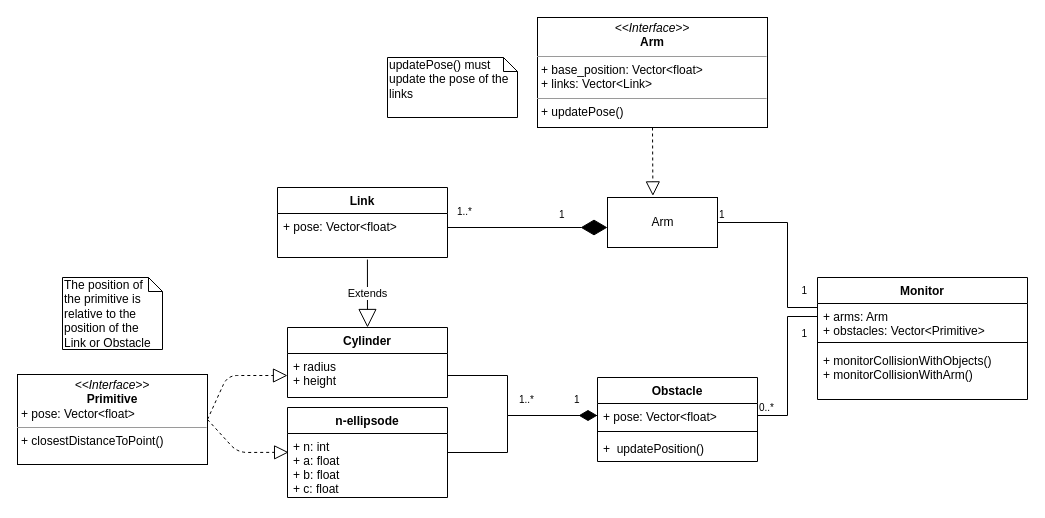
HBRS-SDP/sdp_ss20_collision_monitoring_for_robotic_manipulators keeps this draw.io diagram as docs/UML_diagram_SDP.drawio. Above is the earlier version. Source tidied: cells renumbered, new cells numbered last; positions are measured from the earlier drawing's top-left corner, leaving out a move shared by most shapes. Both pictures are drawn from the tidied source at 100%, with x=0, y=0 at pixel (17, 17).
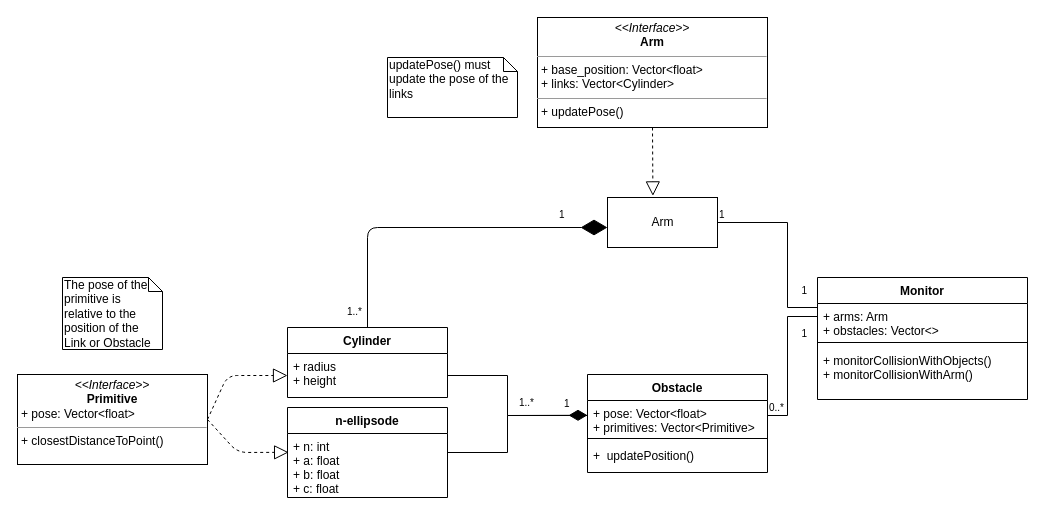
The same diagram, later.

Commit message (it also covers changes not shown here):
removed Link class from UML

Unchanged cells that the change refers to:
```xml
<mxCell id="4" style="endArrow=none;html=1;edgeStyle=orthogonalEdgeStyle;exitX=1;exitY=0.5;exitDx=0;exitDy=0;entryX=0;entryY=0.5;entryDx=0;entryDy=0;rounded=0;" parent="1" edge="1" source="17" target="23">
  <mxGeometry relative="1" as="geometry">
    <Array as="points">
      <mxPoint x="770" y="398" />
      <mxPoint x="770" y="299" />
    </Array>
  </mxGeometry>
</mxCell>
<mxCell id="20" value="Cylinder" style="swimlane;fontStyle=1;align=center;verticalAlign=top;horizontal=1;startSize=26;" parent="1" vertex="1">
  <mxGeometry x="270" y="310" width="160" height="70" as="geometry" />
</mxCell>
<mxCell id="21" value="+ radius&#10;+ height" style="text;strokeColor=none;fillColor=none;align=left;verticalAlign=top;spacingLeft=4;spacingRight=4;overflow=hidden;points=[[0,0.5],[1,0.5]];portConstraint=eastwest;" parent="20" vertex="1">
  <mxGeometry y="26" width="160" height="44" as="geometry" />
</mxCell>
<mxCell id="22" value="Monitor" style="swimlane;fontStyle=1;align=center;verticalAlign=top;horizontal=1;startSize=26;" parent="1" vertex="1">
  <mxGeometry x="800" y="260" width="210" height="122" as="geometry" />
</mxCell>
```

Change to the diagram source:
```diff
@@
     <mxCell id="5" value="0..*" style="html=1;align=left;verticalAlign=bottom;labelBackgroundColor=#ffffff;fontSize=10;" parent="4" vertex="1">
-      <mxGeometry x="-1" relative="1" as="geometry" />
+      <mxGeometry x="-1" relative="1" as="geometry">
+        <mxPoint y="-2" as="offset" />
+      </mxGeometry>
     </mxCell>
@@
     <mxCell id="9" value="1..*" style="html=1;align=left;verticalAlign=bottom;labelBackgroundColor=#ffffff;fontSize=10;direction=south;" parent="1" vertex="1">
-      <mxGeometry x="500" y="390" as="geometry" />
+      <mxGeometry x="500" y="393" as="geometry" />
     </mxCell>
     <mxCell id="10" value="1" style="html=1;align=left;verticalAlign=bottom;labelBackgroundColor=#ffffff;fontSize=10;" parent="1" vertex="1">
-      <mxGeometry x="550" y="396" as="geometry">
+      <mxGeometry x="540" y="400" as="geometry">
         <mxPoint x="5" y="-6" as="offset" />
       </mxGeometry>
     </mxCell>
     <mxCell id="11" value="1..*" style="html=1;align=left;verticalAlign=bottom;labelBackgroundColor=#ffffff;fontSize=10;" parent="1" vertex="1">
-      <mxGeometry x="430" y="190" as="geometry">
+      <mxGeometry x="320" y="290" as="geometry">
         <mxPoint x="8" y="12" as="offset" />
       </mxGeometry>
     </mxCell>
@@
-    <mxCell id="13" value="Extends" style="endArrow=block;endSize=16;endFill=0;html=1;exitX=0.529;exitY=1.047;exitDx=0;exitDy=0;exitPerimeter=0;entryX=0.5;entryY=0;entryDx=0;entryDy=0;" parent="1" edge="1" source="30" target="20">
-      <mxGeometry relative="1" as="geometry" />
-    </mxCell>
@@
-    <mxCell id="16" value="Obstacle" style="swimlane;fontStyle=1;align=center;verticalAlign=top;horizontal=1;startSize=26;" parent="1" vertex="1">
-      <mxGeometry x="580" y="360" width="160" height="84" as="geometry" />
-    </mxCell>
-    <mxCell id="17" value="+ pose: Vector&lt;float&gt;" style="text;strokeColor=none;fillColor=none;align=left;verticalAlign=top;spacingLeft=4;spacingRight=4;overflow=hidden;points=[[0,0.5],[1,0.5]];portConstraint=eastwest;" parent="16" vertex="1">
-      <mxGeometry y="26" width="160" height="24" as="geometry" />
-    </mxCell>
-    <mxCell id="18" style="line;strokeWidth=1;fillColor=none;align=left;verticalAlign=middle;spacingTop=-1;spacingLeft=3;spacingRight=3;labelPosition=right;" parent="16" vertex="1">
-      <mxGeometry y="50" width="160" height="8" as="geometry" />
-    </mxCell>
-    <mxCell id="19" value="+  updatePosition()" style="text;strokeColor=none;fillColor=none;align=left;verticalAlign=top;spacingLeft=4;spacingRight=4;overflow=hidden;" parent="16" vertex="1">
-      <mxGeometry y="58" width="160" height="26" as="geometry" />
-    </mxCell>
@@
-    <mxCell id="23" value="+ arms: Arm&#10;+ obstacles: Vector&lt;Primitive&gt;" style="text;strokeColor=none;fillColor=none;align=left;verticalAlign=top;spacingLeft=4;spacingRight=4;overflow=hidden;points=[[0,0.5],[1,0.5]];portConstraint=eastwest;" parent="22" vertex="1">
+    <mxCell id="23" value="+ arms: Arm&#10;+ obstacles: Vector&lt;&gt;" style="text;strokeColor=none;fillColor=none;align=left;verticalAlign=top;spacingLeft=4;spacingRight=4;overflow=hidden;points=[[0,0.5],[1,0.5]];portConstraint=eastwest;" parent="22" vertex="1">
       <mxGeometry y="26" width="210" height="34" as="geometry" />
     </mxCell>
@@
-    <mxCell id="26" value="The position of the primitive is relative to the position of the Link or Obstacle" style="shape=note;whiteSpace=wrap;html=1;size=14;verticalAlign=top;align=left;spacingTop=-6;" parent="1" vertex="1">
+    <mxCell id="26" value="The pose of the primitive is relative to the position of the Link or Obstacle" style="shape=note;whiteSpace=wrap;html=1;size=14;verticalAlign=top;align=left;spacingTop=-6;" parent="1" vertex="1">
       <mxGeometry x="45" y="260" width="100" height="72" as="geometry" />
     </mxCell>
-    <mxCell id="27" style="endArrow=diamondThin;endFill=1;endSize=16;html=1;exitX=1;exitY=0.5;exitDx=0;exitDy=0;entryX=0;entryY=0.5;entryDx=0;entryDy=0;rounded=0;" parent="1" edge="1" source="21" target="17">
+    <mxCell id="27" style="endArrow=diamondThin;endFill=1;endSize=16;html=1;exitX=1;exitY=0.5;exitDx=0;exitDy=0;rounded=0;entryX=0;entryY=0.435;entryDx=0;entryDy=0;entryPerimeter=0;" parent="1" edge="1" source="21" target="17">
       <mxGeometry relative="1" as="geometry">
         <Array as="points">
           <mxPoint x="490" y="358" />
           <mxPoint x="490" y="398" />
         </Array>
       </mxGeometry>
     </mxCell>
-    <mxCell id="28" style="endArrow=none;html=1;edgeStyle=orthogonalEdgeStyle;exitX=1;exitY=0.5;exitDx=0;exitDy=0;entryX=0;entryY=0.5;entryDx=0;entryDy=0;rounded=0;" parent="1" edge="1" target="17">
+    <mxCell id="28" style="endArrow=none;html=1;edgeStyle=orthogonalEdgeStyle;exitX=1;exitY=0.5;exitDx=0;exitDy=0;rounded=0;" parent="1" edge="1">
       <mxGeometry relative="1" as="geometry">
         <mxPoint x="430" y="435" as="sourcePoint" />
+        <mxPoint x="570" y="400" as="targetPoint" />
         <Array as="points">
           <mxPoint x="490" y="435" />
           <mxPoint x="490" y="398" />
         </Array>
       </mxGeometry>
     </mxCell>
-    <mxCell id="29" value="Link" style="swimlane;fontStyle=1;align=center;verticalAlign=top;horizontal=1;startSize=26;" parent="1" vertex="1">
-      <mxGeometry x="260" y="170" width="170" height="70" as="geometry" />
-    </mxCell>
-    <mxCell id="30" value="+ pose: Vector&lt;float&gt;" style="text;strokeColor=none;fillColor=none;align=left;verticalAlign=top;spacingLeft=4;spacingRight=4;overflow=hidden;points=[[0,0.5],[1,0.5]];portConstraint=eastwest;" parent="29" vertex="1">
-      <mxGeometry y="26" width="170" height="44" as="geometry" />
-    </mxCell>
@@
-    <mxCell id="33" value="&lt;p style=&quot;margin: 4px 0px 0px ; text-align: center&quot;&gt;&lt;i&gt;&amp;lt;&amp;lt;Interface&amp;gt;&amp;gt;&lt;/i&gt;&lt;br&gt;&lt;b&gt;Arm&lt;/b&gt;&lt;/p&gt;&lt;hr size=&quot;1&quot;&gt;&lt;p style=&quot;margin: 0px 0px 0px 4px&quot;&gt;+ base_position: Vector&amp;lt;float&amp;gt;&lt;br style=&quot;padding: 0px ; margin: 0px&quot;&gt;+ links: Vector&amp;lt;Link&amp;gt;&lt;br&gt;&lt;/p&gt;&lt;hr size=&quot;1&quot;&gt;&lt;p style=&quot;margin: 0px 0px 0px 4px&quot;&gt;+ updatePose()&lt;br&gt;&lt;/p&gt;" style="verticalAlign=top;align=left;overflow=fill;fontSize=12;fontFamily=Helvetica;html=1;" parent="1" vertex="1">
+    <mxCell id="33" value="&lt;p style=&quot;margin: 4px 0px 0px ; text-align: center&quot;&gt;&lt;i&gt;&amp;lt;&amp;lt;Interface&amp;gt;&amp;gt;&lt;/i&gt;&lt;br&gt;&lt;b&gt;Arm&lt;/b&gt;&lt;/p&gt;&lt;hr size=&quot;1&quot;&gt;&lt;p style=&quot;margin: 0px 0px 0px 4px&quot;&gt;+ base_position: Vector&amp;lt;float&amp;gt;&lt;br style=&quot;padding: 0px ; margin: 0px&quot;&gt;+ links: Vector&amp;lt;Cylinder&amp;gt;&lt;br&gt;&lt;/p&gt;&lt;hr size=&quot;1&quot;&gt;&lt;p style=&quot;margin: 0px 0px 0px 4px&quot;&gt;+ updatePose()&lt;br&gt;&lt;/p&gt;" style="verticalAlign=top;align=left;overflow=fill;fontSize=12;fontFamily=Helvetica;html=1;" parent="1" vertex="1">
       <mxGeometry x="520" width="230" height="110" as="geometry" />
     </mxCell>
@@
-    <mxCell id="37" style="endArrow=diamondThin;endFill=1;endSize=24;html=1;" parent="1" edge="1">
+    <mxCell id="37" style="endArrow=diamondThin;endFill=1;endSize=24;html=1;exitX=0.5;exitY=0;exitDx=0;exitDy=0;" parent="1" edge="1" source="20">
       <mxGeometry relative="1" as="geometry">
-        <mxPoint x="430" y="210" as="sourcePoint" />
         <mxPoint x="590" y="210" as="targetPoint" />
+        <Array as="points">
+          <mxPoint x="350" y="210" />
+        </Array>
       </mxGeometry>
     </mxCell>
+    <mxCell id="16" value="Obstacle" style="swimlane;fontStyle=1;align=center;verticalAlign=top;horizontal=1;startSize=26;" parent="1" vertex="1">
+      <mxGeometry x="570" y="357" width="180" height="98" as="geometry" />
+    </mxCell>
+    <mxCell id="17" value="+ pose: Vector&lt;float&gt;&#10;+ primitives: Vector&lt;Primitive&gt;" style="text;strokeColor=none;fillColor=none;align=left;verticalAlign=top;spacingLeft=4;spacingRight=4;overflow=hidden;points=[[0,0.5],[1,0.5]];portConstraint=eastwest;" parent="16" vertex="1">
+      <mxGeometry y="26" width="180" height="34" as="geometry" />
+    </mxCell>
+    <mxCell id="18" style="line;strokeWidth=1;fillColor=none;align=left;verticalAlign=middle;spacingTop=-1;spacingLeft=3;spacingRight=3;labelPosition=right;" parent="16" vertex="1">
+      <mxGeometry y="60" width="180" height="8" as="geometry" />
+    </mxCell>
+    <mxCell id="19" value="+  updatePosition()" style="text;strokeColor=none;fillColor=none;align=left;verticalAlign=top;spacingLeft=4;spacingRight=4;overflow=hidden;" parent="16" vertex="1">
+      <mxGeometry y="68" width="180" height="30" as="geometry" />
+    </mxCell>
```
